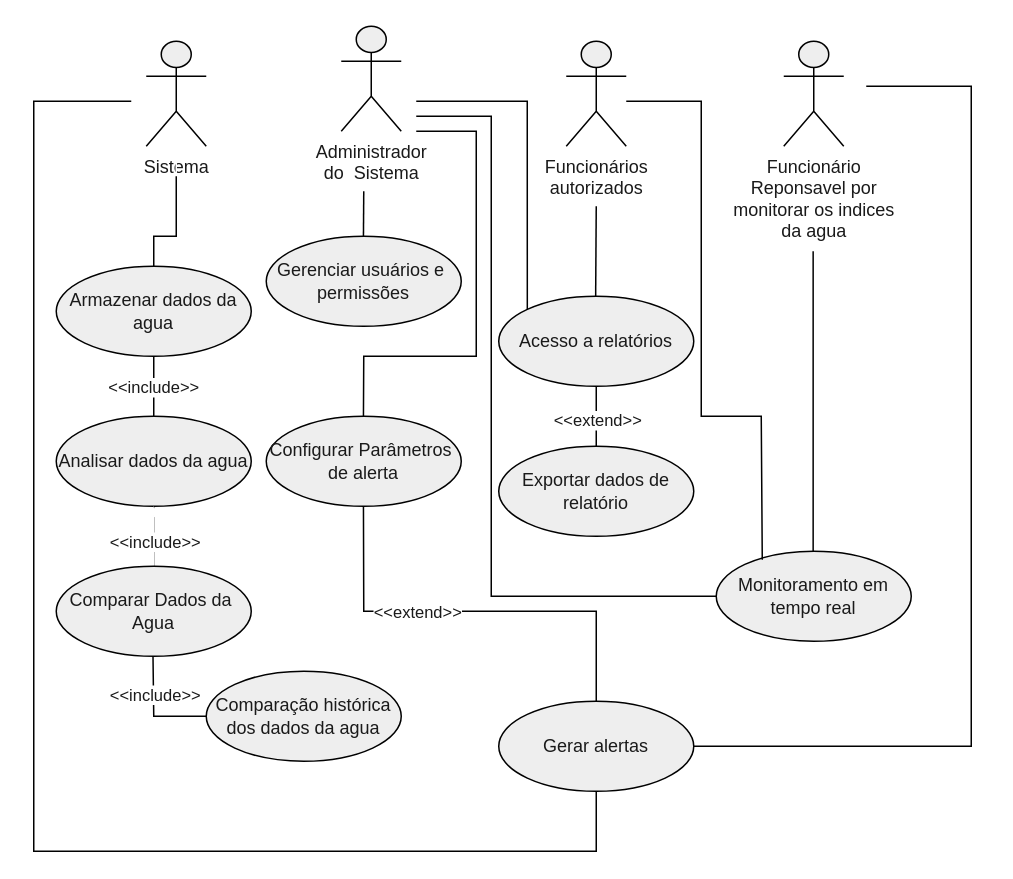
This is Design/Diagrama sem nome.drawio from Mateussouza011/Wanderley_IA, a draw.io file, before an edit. Source tidied: cells renumbered, new cells numbered last; positions are measured from the earlier drawing's top-left corner, leaving out a move shared by most shapes. Both pictures are drawn from the tidied source at 150%, with x=0, y=0 at pixel (33, 26).
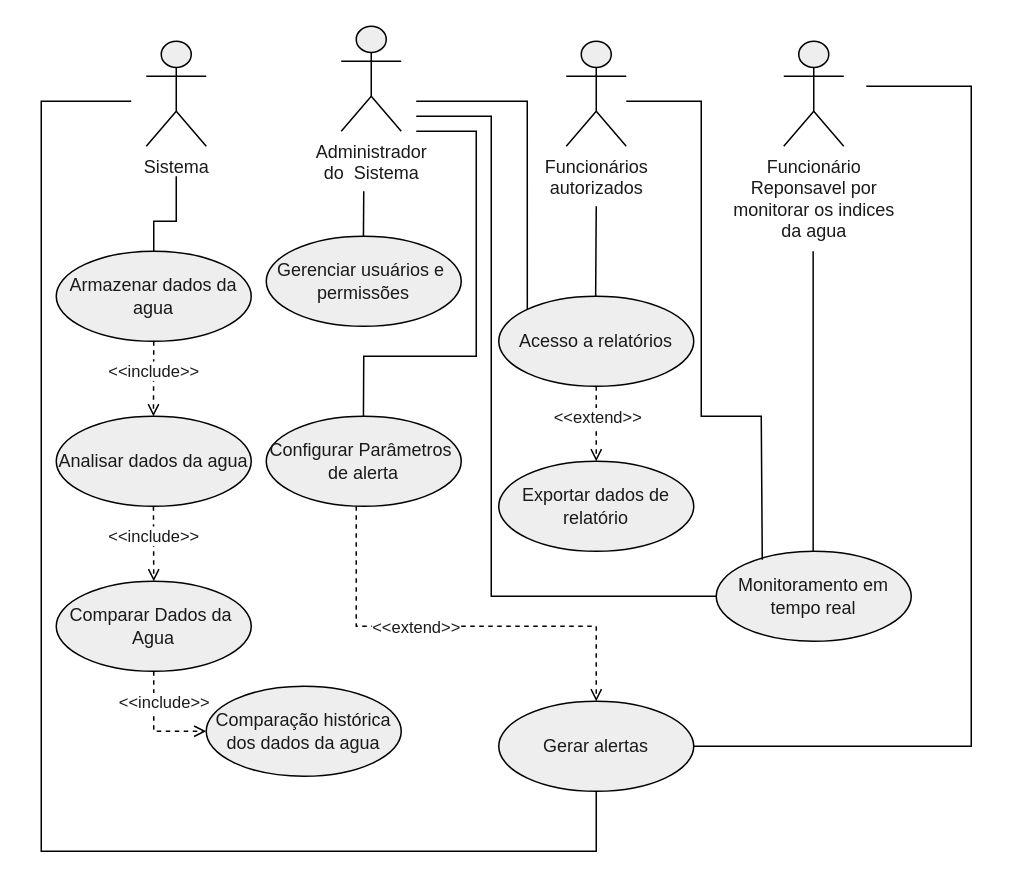
The same diagram, later.

The change refers to these unchanged cells:
```xml
<mxCell id="2" value="Sistema&lt;br&gt;" style="shape=umlActor;verticalLabelPosition=bottom;verticalAlign=top;html=1;outlineConnect=0;strokeColor=#000000;fontColor=#1A1A1A;fillColor=#EEEEEE;" parent="1" vertex="1">
  <mxGeometry x="75" y="10" width="40" height="70" as="geometry" />
</mxCell>
<mxCell id="6" value="Analisar dados da agua" style="ellipse;whiteSpace=wrap;html=1;strokeColor=#000000;fontColor=#1A1A1A;fillColor=#EEEEEE;" parent="1" vertex="1">
  <mxGeometry x="15" y="260" width="130" height="60" as="geometry" />
</mxCell>
<mxCell id="28" value="Gerar alertas" style="ellipse;whiteSpace=wrap;html=1;strokeColor=#000000;fontColor=#1A1A1A;fillColor=#EEEEEE;" parent="1" vertex="1">
  <mxGeometry x="310" y="450" width="130" height="60" as="geometry" />
</mxCell>
<mxCell id="31" value="Acesso a relatórios" style="ellipse;whiteSpace=wrap;html=1;strokeColor=#000000;fontColor=#1A1A1A;fillColor=#EEEEEE;" parent="1" vertex="1">
  <mxGeometry x="310" y="180" width="130" height="60" as="geometry" />
</mxCell>
```

Diff of the diagram source:
```diff
@@
-<mxGraphModel>
+<mxGraphModel background="#FFFFFF">
@@
-    <mxCell id="7" style="edgeStyle=orthogonalEdgeStyle;rounded=0;jettySize=auto;html=1;strokeColor=#FFFFFF;fontColor=#FFFFFF;" parent="1" edge="1" source="9" target="2">
-      <mxGeometry relative="1" as="geometry" />
-    </mxCell>
-    <mxCell id="8" style="edgeStyle=orthogonalEdgeStyle;rounded=0;jettySize=auto;html=1;strokeColor=#FFFFFF;fontColor=#FFFFFF;" parent="1" edge="1" source="9" target="6">
-      <mxGeometry relative="1" as="geometry" />
-    </mxCell>
     <mxCell id="9" value="Armazenar dados da&lt;br&gt;agua" style="ellipse;whiteSpace=wrap;html=1;strokeColor=#000000;fontColor=#1A1A1A;fillColor=#EEEEEE;" parent="1" vertex="1">
-      <mxGeometry x="15" y="160" width="130" height="60" as="geometry" />
+      <mxGeometry x="15" y="150" width="130" height="60" as="geometry" />
     </mxCell>
-    <mxCell id="10" style="endArrow=none;html=1;rounded=0;strokeColor=#000000;fontColor=#FFFFFF;" parent="1" edge="1">
+    <mxCell id="10" style="endArrow=none;html=1;rounded=0;strokeColor=#000000;fontColor=#FFFFFF;exitX=0.5;exitY=0;exitDx=0;exitDy=0;" parent="1" edge="1" source="9">
       <mxGeometry relative="1" as="geometry">
-        <mxPoint x="80" y="160" as="sourcePoint" />
         <mxPoint x="95" y="100" as="targetPoint" />
         <Array as="points">
-          <mxPoint x="80" y="140" />
-          <mxPoint x="95" y="140" />
+          <mxPoint x="80" y="130" />
+          <mxPoint x="95" y="130" />
         </Array>
       </mxGeometry>
     </mxCell>
-    <mxCell id="11" style="endArrow=none;html=1;rounded=0;strokeColor=#000000;fontColor=#FFFFFF;entryX=0.5;entryY=1;entryDx=0;entryDy=0;exitX=0.5;exitY=0;exitDx=0;exitDy=0;" parent="1" edge="1" source="6" target="9">
-      <mxGeometry relative="1" as="geometry" />
-    </mxCell>
-    <mxCell id="12" value="&amp;lt;&amp;lt;include&amp;gt;&amp;gt;" style="edgeLabel;html=1;align=center;verticalAlign=middle;fontColor=#1A1A1A;" parent="11" vertex="1">
-      <mxGeometry y="1" relative="1" as="geometry" />
-    </mxCell>
-    <mxCell id="13" style="endArrow=none;html=1;rounded=0;strokeColor=#000000;fontColor=#FFFFFF;entryX=0.5;entryY=1;entryDx=0;entryDy=0;exitX=0.5;exitY=0;exitDx=0;exitDy=0;" parent="1" edge="1" source="26" target="6">
-      <mxGeometry relative="1" as="geometry" />
-    </mxCell>
-    <mxCell id="14" value="&amp;lt;&amp;lt;include&amp;gt;&amp;gt;" style="edgeLabel;html=1;align=center;verticalAlign=middle;fontColor=#1A1A1A;" parent="13" vertex="1">
-      <mxGeometry x="-0.17" relative="1" as="geometry" />
-    </mxCell>
@@
-    <mxCell id="18" style="endArrow=none;html=1;rounded=0;strokeColor=#000000;fontColor=#FFFFFF;entryX=0.5;entryY=1;entryDx=0;entryDy=0;" parent="1" edge="1" target="31">
-      <mxGeometry relative="1" as="geometry">
-        <mxPoint x="375" y="280" as="sourcePoint" />
-      </mxGeometry>
-    </mxCell>
-    <mxCell id="19" value="&amp;lt;&amp;lt;extend&amp;gt;&amp;gt;" style="edgeLabel;html=1;align=center;verticalAlign=middle;fontColor=#1A1A1A;" parent="18" vertex="1">
-      <mxGeometry x="-0.1" relative="1" as="geometry" />
-    </mxCell>
@@
-    <mxCell id="21" style="endArrow=none;html=1;rounded=0;strokeColor=#000000;fontColor=#FFFFFF;exitX=0.5;exitY=0;exitDx=0;exitDy=0;" parent="1" edge="1" source="28">
-      <mxGeometry relative="1" as="geometry">
-        <mxPoint x="219.8" y="320" as="targetPoint" />
-        <Array as="points">
-          <mxPoint x="375" y="390" />
-          <mxPoint x="220" y="390" />
-        </Array>
-      </mxGeometry>
-    </mxCell>
-    <mxCell id="22" value="&amp;lt;&amp;lt;extend&amp;gt;&amp;gt;" style="edgeLabel;html=1;align=center;verticalAlign=middle;fontColor=#1A1A1A;" parent="21" vertex="1">
-      <mxGeometry x="0.31" relative="1" as="geometry">
-        <mxPoint x="7" as="offset" />
-      </mxGeometry>
-    </mxCell>
@@
-    <mxCell id="24" style="edgeStyle=orthogonalEdgeStyle;rounded=0;jettySize=auto;html=1;strokeColor=#FFFFFF;fontColor=#FFFFFF;" parent="1" edge="1" source="26" target="6">
-      <mxGeometry relative="1" as="geometry" />
-    </mxCell>
-    <mxCell id="25" style="edgeStyle=orthogonalEdgeStyle;rounded=0;jettySize=auto;html=1;strokeColor=#FFFFFF;fontColor=#FFFFFF;" parent="1" edge="1" source="26" target="33">
-      <mxGeometry relative="1" as="geometry" />
-    </mxCell>
     <mxCell id="26" value="Comparar Dados da&amp;nbsp;&lt;br&gt;Agua" style="ellipse;whiteSpace=wrap;html=1;strokeColor=#000000;fontColor=#1A1A1A;fillColor=#EEEEEE;" parent="1" vertex="1">
-      <mxGeometry x="15" y="360" width="130" height="60" as="geometry" />
+      <mxGeometry x="15" y="370" width="130" height="60" as="geometry" />
     </mxCell>
@@
     <mxCell id="32" value="Exportar dados de relatório" style="ellipse;whiteSpace=wrap;html=1;strokeColor=#000000;fontColor=#1A1A1A;fillColor=#EEEEEE;" parent="1" vertex="1">
-      <mxGeometry x="310" y="280" width="130" height="60" as="geometry" />
+      <mxGeometry x="310" y="290" width="130" height="60" as="geometry" />
     </mxCell>
     <mxCell id="33" value="Comparação histórica dos dados da agua" style="ellipse;whiteSpace=wrap;html=1;strokeColor=#000000;fontColor=#1A1A1A;fillColor=#EEEEEE;" parent="1" vertex="1">
-      <mxGeometry x="115" y="430" width="130" height="60" as="geometry" />
+      <mxGeometry x="115" y="440" width="130" height="60" as="geometry" />
     </mxCell>
     <mxCell id="34" style="endArrow=none;html=1;rounded=0;strokeColor=#000000;fontColor=#FFFFFF;entryX=0.5;entryY=1;entryDx=0;entryDy=0;" parent="1" edge="1" target="28">
       <mxGeometry relative="1" as="geometry">
         <mxPoint x="65" y="50" as="sourcePoint" />
         <Array as="points">
-          <mxPoint y="50" />
-          <mxPoint y="550" />
+          <mxPoint x="5" y="50" />
+          <mxPoint x="5" y="550" />
           <mxPoint x="375" y="550" />
         </Array>
       </mxGeometry>
     </mxCell>
@@
-    <mxCell id="37" style="endArrow=none;html=1;rounded=0;strokeColor=#000000;fontColor=#FFFFFF;exitX=0;exitY=0.5;exitDx=0;exitDy=0;" parent="1" edge="1" source="33">
-      <mxGeometry relative="1" as="geometry">
-        <mxPoint x="79.5" y="420" as="targetPoint" />
-        <Array as="points">
-          <mxPoint x="80" y="460" />
-        </Array>
-      </mxGeometry>
-    </mxCell>
-    <mxCell id="38" value="&amp;lt;&amp;lt;include&amp;gt;&amp;gt;" style="edgeLabel;html=1;align=center;verticalAlign=middle;fontColor=#1A1A1A;" parent="37" vertex="1">
-      <mxGeometry x="0.3" y="-1" relative="1" as="geometry" />
-    </mxCell>
@@
+    <mxCell id="40" style="endArrow=none;dashed=1;html=1;dashPattern=1 3;strokeWidth=2;rounded=0;strokeColor=none;fontColor=#FFFFFF;" parent="1" edge="1">
+      <mxGeometry relative="1" as="geometry">
+        <mxPoint x="-5" y="130" as="sourcePoint" />
+        <mxPoint x="-5" y="80" as="targetPoint" />
+      </mxGeometry>
+    </mxCell>
+    <mxCell id="41" style="endArrow=none;dashed=1;html=1;dashPattern=1 3;strokeWidth=2;rounded=0;strokeColor=none;fontColor=#FFFFFF;" parent="1" edge="1">
+      <mxGeometry relative="1" as="geometry">
+        <mxPoint x="635" y="150" as="sourcePoint" />
+        <mxPoint x="635" y="100" as="targetPoint" />
+      </mxGeometry>
+    </mxCell>
+    <mxCell id="42" style="endArrow=open;html=1;rounded=0;strokeColor=#000000;fontColor=#FFFFFF;dashed=1;exitX=0.5;exitY=1;exitDx=0;exitDy=0;entryX=0.5;entryY=0;entryDx=0;entryDy=0;endFill=0;" parent="1" edge="1" source="31" target="32">
+      <mxGeometry relative="1" as="geometry" />
+    </mxCell>
+    <mxCell id="43" value="&amp;lt;&amp;lt;extend&amp;gt;&amp;gt;" style="edgeLabel;html=1;align=center;verticalAlign=middle;fontColor=#1A1A1A;" parent="42" vertex="1">
+      <mxGeometry x="0.22" relative="1" as="geometry">
+        <mxPoint y="-11" as="offset" />
+      </mxGeometry>
+    </mxCell>
+    <mxCell id="44" style="endArrow=open;html=1;rounded=0;strokeColor=#000000;fontColor=#FFFFFF;dashed=1;exitX=0.5;exitY=1;exitDx=0;exitDy=0;entryX=0.5;entryY=0;entryDx=0;entryDy=0;endFill=0;" parent="1" edge="1" target="28">
+      <mxGeometry relative="1" as="geometry">
+        <mxPoint x="215" y="320" as="sourcePoint" />
+        <Array as="points">
+          <mxPoint x="215" y="400" />
+          <mxPoint x="375" y="400" />
+        </Array>
+      </mxGeometry>
+    </mxCell>
+    <mxCell id="45" value="&amp;lt;&amp;lt;extend&amp;gt;&amp;gt;" style="edgeLabel;html=1;align=center;verticalAlign=middle;fontColor=#1A1A1A;" parent="44" vertex="1">
+      <mxGeometry x="0.22" relative="1" as="geometry">
+        <mxPoint x="-58" as="offset" />
+      </mxGeometry>
+    </mxCell>
+    <mxCell id="46" style="endArrow=open;html=1;rounded=0;strokeColor=#000000;fontColor=#FFFFFF;dashed=1;entryX=0;entryY=0.5;entryDx=0;entryDy=0;endFill=0;" parent="1" edge="1" target="33">
+      <mxGeometry relative="1" as="geometry">
+        <mxPoint x="80" y="430" as="sourcePoint" />
+        <Array as="points">
+          <mxPoint x="80" y="470" />
+        </Array>
+      </mxGeometry>
+    </mxCell>
+    <mxCell id="47" value="&amp;lt;&amp;lt;include&amp;gt;&amp;gt;" style="edgeLabel;html=1;align=center;verticalAlign=middle;fontColor=#1A1A1A;" parent="46" vertex="1">
+      <mxGeometry x="0.22" relative="1" as="geometry">
+        <mxPoint y="-20" as="offset" />
+      </mxGeometry>
+    </mxCell>
+    <mxCell id="48" style="endArrow=open;html=1;rounded=0;strokeColor=#000000;fontColor=#FFFFFF;dashed=1;exitX=0.5;exitY=1;exitDx=0;exitDy=0;entryX=0.5;entryY=0;entryDx=0;entryDy=0;endFill=0;" parent="1" edge="1" target="26">
+      <mxGeometry relative="1" as="geometry">
+        <mxPoint x="79.8" y="320" as="sourcePoint" />
+      </mxGeometry>
+    </mxCell>
+    <mxCell id="49" value="&amp;lt;&amp;lt;include&amp;gt;&amp;gt;" style="edgeLabel;html=1;align=center;verticalAlign=middle;fontColor=#1A1A1A;" parent="48" vertex="1">
+      <mxGeometry x="0.22" relative="1" as="geometry">
+        <mxPoint y="-11" as="offset" />
+      </mxGeometry>
+    </mxCell>
+    <mxCell id="50" style="endArrow=open;html=1;rounded=0;strokeColor=#000000;fontColor=#FFFFFF;dashed=1;exitX=0.5;exitY=1;exitDx=0;exitDy=0;entryX=0.5;entryY=0;entryDx=0;entryDy=0;endFill=0;" parent="1" edge="1" source="9">
+      <mxGeometry relative="1" as="geometry">
+        <mxPoint x="79.8" y="260" as="targetPoint" />
+      </mxGeometry>
+    </mxCell>
+    <mxCell id="51" value="&amp;lt;&amp;lt;include&amp;gt;&amp;gt;" style="edgeLabel;html=1;align=center;verticalAlign=middle;fontColor=#1A1A1A;" parent="50" vertex="1">
+      <mxGeometry x="0.22" relative="1" as="geometry">
+        <mxPoint y="-11" as="offset" />
+      </mxGeometry>
+    </mxCell>
```
